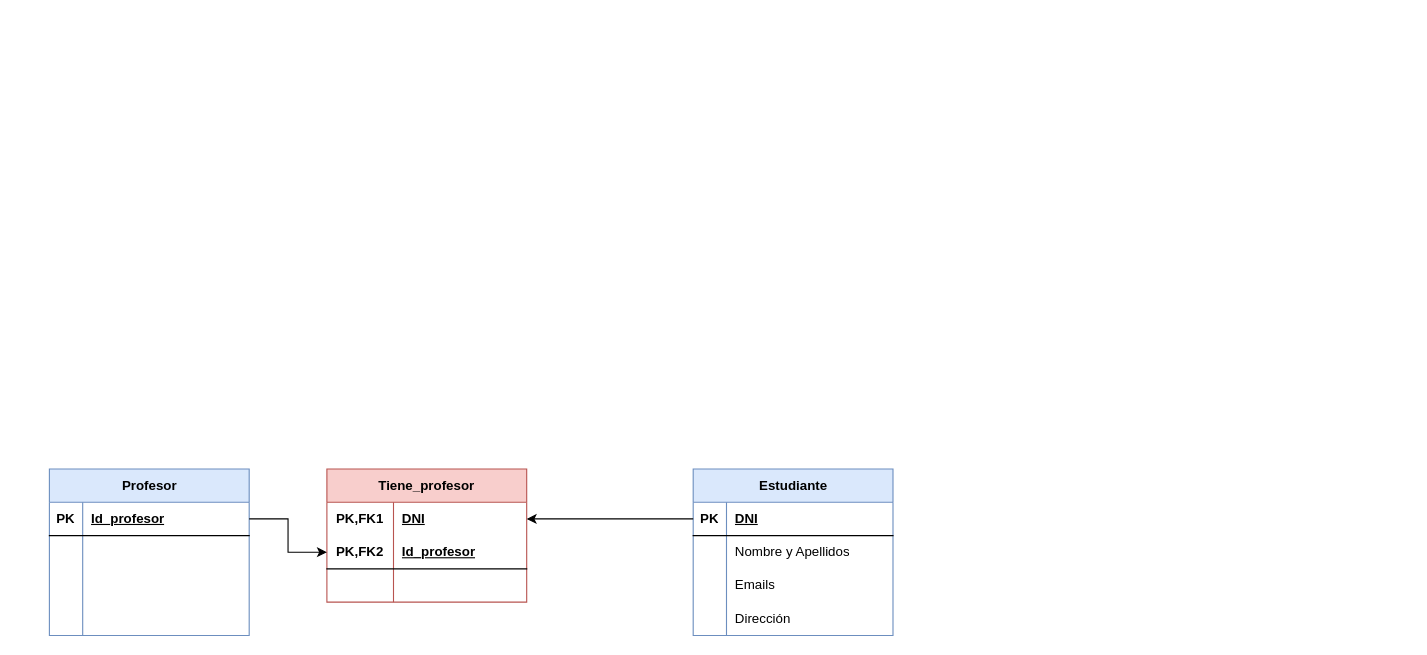
Above: Unidad-1/modelo_relacional.drawio in jdrguez/2-Daw (draw.io), before the change. Source tidied: cells renumbered, new cells numbered last; positions are measured from the earlier drawing's top-left corner, leaving out a move shared by most shapes. Both pictures are drawn from the tidied source at 111%, with x=0, y=0 at pixel (49, 468).
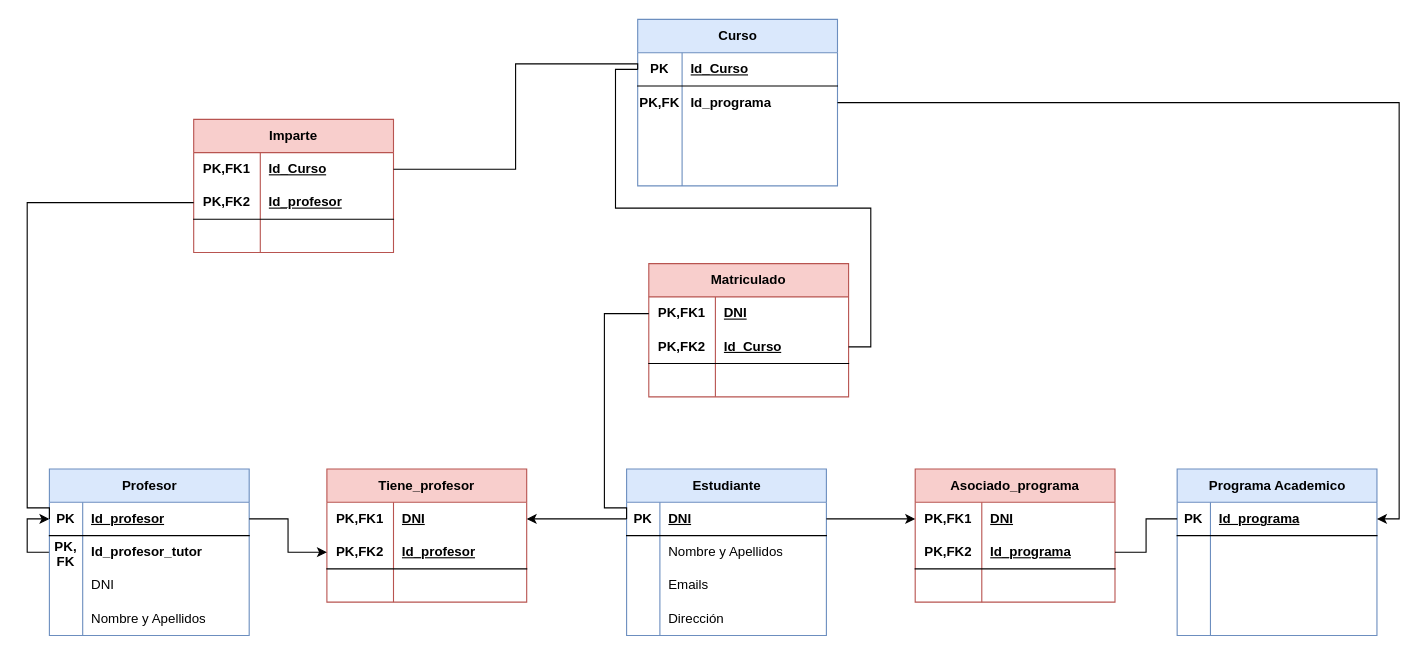
After the change.

Unchanged cells that the change refers to:
```xml
<mxCell id="3" style="shape=tableRow;horizontal=0;startSize=0;swimlaneHead=0;swimlaneBody=0;fillColor=none;points=[[0,0.5],[1,0.5]];portConstraint=eastwest;top=0;left=0;right=0;bottom=1;" parent="2" vertex="1">
  <mxGeometry y="30" width="180" height="30" as="geometry" />
</mxCell>
<mxCell id="16" style="shape=tableRow;horizontal=0;startSize=0;swimlaneHead=0;swimlaneBody=0;fillColor=none;points=[[0,0.5],[1,0.5]];portConstraint=eastwest;top=0;left=0;right=0;bottom=1;" parent="15" vertex="1">
  <mxGeometry y="30" width="180" height="30" as="geometry" />
</mxCell>
<mxCell id="19" style="shape=tableRow;horizontal=0;startSize=0;swimlaneHead=0;swimlaneBody=0;fillColor=none;points=[[0,0.5],[1,0.5]];portConstraint=eastwest;top=0;left=0;right=0;bottom=0;" parent="15" vertex="1">
  <mxGeometry y="60" width="180" height="30" as="geometry" />
</mxCell>
<mxCell id="22" style="shape=tableRow;horizontal=0;startSize=0;swimlaneHead=0;swimlaneBody=0;fillColor=none;top=0;left=0;right=0;bottom=0;" parent="15" vertex="1">
  <mxGeometry y="90" width="180" height="30" as="geometry" />
</mxCell>
<mxCell id="25" style="shape=tableRow;horizontal=0;startSize=0;swimlaneHead=0;swimlaneBody=0;fillColor=none;top=0;left=0;right=0;bottom=0;" parent="15" vertex="1">
  <mxGeometry y="120" width="180" height="30" as="geometry" />
</mxCell>
```

What changed in the source:
```diff
@@
     <mxCell id="2" value="Estudiante" style="shape=table;startSize=30;childLayout=tableLayout;rowLines=0;fontStyle=1;align=center;html=1;fillColor=#dae8fc;strokeColor=#6c8ebf;" parent="1" vertex="1">
-      <mxGeometry x="580" width="180" height="150" as="geometry" />
+      <mxGeometry x="520" width="180" height="150" as="geometry" />
     </mxCell>
@@
+    <mxCell id="40" style="edgeStyle=orthogonalEdgeStyle;rounded=0;jettySize=auto;html=1;exitX=0;exitY=0.5;exitDx=0;exitDy=0;" parent="1" edge="1" source="19" target="16">
+      <mxGeometry relative="1" as="geometry" />
+    </mxCell>
@@
-    <mxCell id="20" style="shape=partialRectangle;fillColor=none;top=0;left=0;bottom=0;right=0;overflow=hidden;whiteSpace=wrap;html=1;" parent="19" vertex="1">
+    <mxCell id="20" value="&lt;b&gt;PK, FK&lt;/b&gt;" style="shape=partialRectangle;fillColor=none;top=0;left=0;bottom=0;right=0;overflow=hidden;whiteSpace=wrap;html=1;" parent="19" vertex="1">
       <mxGeometry width="30" height="30" as="geometry" />
     </mxCell>
-    <mxCell id="21" style="shape=partialRectangle;fillColor=none;top=0;left=0;bottom=0;right=0;align=left;spacingLeft=6;overflow=hidden;whiteSpace=wrap;html=1;" parent="19" vertex="1">
+    <mxCell id="21" value="&lt;b&gt;Id_profesor_tutor&lt;/b&gt;" style="shape=partialRectangle;fillColor=none;top=0;left=0;bottom=0;right=0;align=left;spacingLeft=6;overflow=hidden;whiteSpace=wrap;html=1;" parent="19" vertex="1">
       <mxGeometry x="30" width="150" height="30" as="geometry" />
     </mxCell>
@@
-    <mxCell id="24" style="shape=partialRectangle;fillColor=none;top=0;left=0;bottom=0;right=0;align=left;spacingLeft=6;overflow=hidden;whiteSpace=wrap;html=1;" parent="22" vertex="1">
+    <mxCell id="24" value="DNI" style="shape=partialRectangle;fillColor=none;top=0;left=0;bottom=0;right=0;align=left;spacingLeft=6;overflow=hidden;whiteSpace=wrap;html=1;" parent="22" vertex="1">
       <mxGeometry x="30" width="150" height="30" as="geometry" />
     </mxCell>
@@
-    <mxCell id="27" style="shape=partialRectangle;fillColor=none;top=0;left=0;bottom=0;right=0;align=left;spacingLeft=6;overflow=hidden;whiteSpace=wrap;html=1;" parent="25" vertex="1">
+    <mxCell id="27" value="Nombre y Apellidos" style="shape=partialRectangle;fillColor=none;top=0;left=0;bottom=0;right=0;align=left;spacingLeft=6;overflow=hidden;whiteSpace=wrap;html=1;" parent="25" vertex="1">
       <mxGeometry x="30" width="150" height="30" as="geometry" />
     </mxCell>
@@
+    <mxCell id="41" value="Programa Academico" style="shape=table;startSize=30;childLayout=tableLayout;rowLines=0;fontStyle=1;align=center;html=1;fillColor=#dae8fc;strokeColor=#6c8ebf;" parent="1" vertex="1">
+      <mxGeometry x="1016" width="180" height="150" as="geometry" />
+    </mxCell>
+    <mxCell id="42" style="shape=tableRow;horizontal=0;startSize=0;swimlaneHead=0;swimlaneBody=0;fillColor=none;points=[[0,0.5],[1,0.5]];portConstraint=eastwest;top=0;left=0;right=0;bottom=1;" parent="41" vertex="1">
+      <mxGeometry y="30" width="180" height="30" as="geometry" />
+    </mxCell>
+    <mxCell id="43" value="PK" style="shape=partialRectangle;fillColor=none;top=0;left=0;bottom=0;right=0;fontStyle=1;overflow=hidden;whiteSpace=wrap;html=1;" parent="42" vertex="1">
+      <mxGeometry width="30" height="30" as="geometry" />
+    </mxCell>
+    <mxCell id="44" value="Id_programa" style="shape=partialRectangle;fillColor=none;top=0;left=0;bottom=0;right=0;align=left;spacingLeft=6;fontStyle=5;overflow=hidden;whiteSpace=wrap;html=1;" parent="42" vertex="1">
+      <mxGeometry x="30" width="150" height="30" as="geometry" />
+    </mxCell>
+    <mxCell id="45" style="shape=tableRow;horizontal=0;startSize=0;swimlaneHead=0;swimlaneBody=0;fillColor=none;top=0;left=0;right=0;bottom=0;" parent="41" vertex="1">
+      <mxGeometry y="60" width="180" height="30" as="geometry" />
+    </mxCell>
+    <mxCell id="46" style="shape=partialRectangle;fillColor=none;top=0;left=0;bottom=0;right=0;overflow=hidden;whiteSpace=wrap;html=1;" parent="45" vertex="1">
+      <mxGeometry width="30" height="30" as="geometry" />
+    </mxCell>
+    <mxCell id="47" style="shape=partialRectangle;fillColor=none;top=0;left=0;bottom=0;right=0;align=left;spacingLeft=6;overflow=hidden;whiteSpace=wrap;html=1;" parent="45" vertex="1">
+      <mxGeometry x="30" width="150" height="30" as="geometry" />
+    </mxCell>
+    <mxCell id="48" style="shape=tableRow;horizontal=0;startSize=0;swimlaneHead=0;swimlaneBody=0;fillColor=none;top=0;left=0;right=0;bottom=0;" parent="41" vertex="1">
+      <mxGeometry y="90" width="180" height="30" as="geometry" />
+    </mxCell>
+    <mxCell id="49" style="shape=partialRectangle;fillColor=none;top=0;left=0;bottom=0;right=0;overflow=hidden;whiteSpace=wrap;html=1;" parent="48" vertex="1">
+      <mxGeometry width="30" height="30" as="geometry" />
+    </mxCell>
+    <mxCell id="50" style="shape=partialRectangle;fillColor=none;top=0;left=0;bottom=0;right=0;align=left;spacingLeft=6;overflow=hidden;whiteSpace=wrap;html=1;" parent="48" vertex="1">
+      <mxGeometry x="30" width="150" height="30" as="geometry" />
+    </mxCell>
+    <mxCell id="51" style="shape=tableRow;horizontal=0;startSize=0;swimlaneHead=0;swimlaneBody=0;fillColor=none;top=0;left=0;right=0;bottom=0;" parent="41" vertex="1">
+      <mxGeometry y="120" width="180" height="30" as="geometry" />
+    </mxCell>
+    <mxCell id="52" style="shape=partialRectangle;fillColor=none;top=0;left=0;bottom=0;right=0;overflow=hidden;whiteSpace=wrap;html=1;" parent="51" vertex="1">
+      <mxGeometry width="30" height="30" as="geometry" />
+    </mxCell>
+    <mxCell id="53" style="shape=partialRectangle;fillColor=none;top=0;left=0;bottom=0;right=0;align=left;spacingLeft=6;overflow=hidden;whiteSpace=wrap;html=1;" parent="51" vertex="1">
+      <mxGeometry x="30" width="150" height="30" as="geometry" />
+    </mxCell>
+    <mxCell id="54" value="Asociado_programa" style="shape=table;startSize=30;childLayout=tableLayout;rowLines=0;fontStyle=1;align=center;html=1;whiteSpace=wrap;fillColor=#f8cecc;strokeColor=#b85450;" parent="1" vertex="1">
+      <mxGeometry x="780" width="180" height="120" as="geometry" />
+    </mxCell>
+    <mxCell id="55" style="shape=tableRow;horizontal=0;startSize=0;swimlaneHead=0;swimlaneBody=0;fillColor=none;points=[[0,0.5],[1,0.5]];portConstraint=eastwest;top=0;left=0;right=0;bottom=0;html=1;" parent="54" vertex="1">
+      <mxGeometry y="30" width="180" height="30" as="geometry" />
+    </mxCell>
+    <mxCell id="56" value="PK,FK1" style="shape=partialRectangle;fillColor=none;top=0;left=0;bottom=0;right=0;fontStyle=1;overflow=hidden;html=1;whiteSpace=wrap;" parent="55" vertex="1">
+      <mxGeometry width="60" height="30" as="geometry" />
+    </mxCell>
+    <mxCell id="57" value="DNI" style="shape=partialRectangle;fillColor=none;top=0;left=0;bottom=0;right=0;align=left;spacingLeft=6;fontStyle=5;overflow=hidden;html=1;whiteSpace=wrap;" parent="55" vertex="1">
+      <mxGeometry x="60" width="120" height="30" as="geometry" />
+    </mxCell>
+    <mxCell id="58" style="shape=tableRow;horizontal=0;startSize=0;swimlaneHead=0;swimlaneBody=0;fillColor=none;points=[[0,0.5],[1,0.5]];portConstraint=eastwest;top=0;left=0;right=0;bottom=1;html=1;" parent="54" vertex="1">
+      <mxGeometry y="60" width="180" height="30" as="geometry" />
+    </mxCell>
+    <mxCell id="59" value="PK,FK2" style="shape=partialRectangle;fillColor=none;top=0;left=0;bottom=0;right=0;fontStyle=1;overflow=hidden;html=1;whiteSpace=wrap;" parent="58" vertex="1">
+      <mxGeometry width="60" height="30" as="geometry" />
+    </mxCell>
+    <mxCell id="60" value="Id_programa" style="shape=partialRectangle;fillColor=none;top=0;left=0;bottom=0;right=0;align=left;spacingLeft=6;fontStyle=5;overflow=hidden;html=1;whiteSpace=wrap;" parent="58" vertex="1">
+      <mxGeometry x="60" width="120" height="30" as="geometry" />
+    </mxCell>
+    <mxCell id="61" style="shape=tableRow;horizontal=0;startSize=0;swimlaneHead=0;swimlaneBody=0;fillColor=none;top=0;left=0;right=0;bottom=0;html=1;" parent="54" vertex="1">
+      <mxGeometry y="90" width="180" height="30" as="geometry" />
+    </mxCell>
+    <mxCell id="62" style="shape=partialRectangle;fillColor=none;top=0;left=0;bottom=0;right=0;overflow=hidden;html=1;whiteSpace=wrap;" parent="61" vertex="1">
+      <mxGeometry width="60" height="30" as="geometry" />
+    </mxCell>
+    <mxCell id="63" style="shape=partialRectangle;fillColor=none;top=0;left=0;bottom=0;right=0;align=left;spacingLeft=6;overflow=hidden;html=1;whiteSpace=wrap;" parent="61" vertex="1">
+      <mxGeometry x="60" width="120" height="30" as="geometry" />
+    </mxCell>
+    <mxCell id="64" style="edgeStyle=orthogonalEdgeStyle;rounded=0;jettySize=auto;html=1;exitX=1;exitY=0.5;exitDx=0;exitDy=0;entryX=0;entryY=0.5;entryDx=0;entryDy=0;endArrow=none;endFill=0;" parent="1" edge="1" source="58" target="42">
+      <mxGeometry relative="1" as="geometry" />
+    </mxCell>
+    <mxCell id="65" style="edgeStyle=orthogonalEdgeStyle;rounded=0;jettySize=auto;html=1;exitX=1;exitY=0.5;exitDx=0;exitDy=0;entryX=0;entryY=0.5;entryDx=0;entryDy=0;" parent="1" edge="1" source="3" target="55">
+      <mxGeometry relative="1" as="geometry" />
+    </mxCell>
+    <mxCell id="66" value="Curso" style="shape=table;startSize=30;childLayout=tableLayout;rowLines=0;fontStyle=1;align=center;html=1;fillColor=#dae8fc;strokeColor=#6c8ebf;" parent="1" vertex="1">
+      <mxGeometry x="530" y="-405" width="180" height="150" as="geometry" />
+    </mxCell>
+    <mxCell id="67" style="shape=tableRow;horizontal=0;startSize=0;swimlaneHead=0;swimlaneBody=0;fillColor=none;points=[[0,0.5],[1,0.5]];portConstraint=eastwest;top=0;left=0;right=0;bottom=1;" parent="66" vertex="1">
+      <mxGeometry y="30" width="180" height="30" as="geometry" />
+    </mxCell>
+    <mxCell id="68" value="PK" style="shape=partialRectangle;fillColor=none;top=0;left=0;bottom=0;right=0;fontStyle=1;overflow=hidden;whiteSpace=wrap;html=1;" parent="67" vertex="1">
+      <mxGeometry width="40" height="30" as="geometry" />
+    </mxCell>
+    <mxCell id="69" value="Id_Curso" style="shape=partialRectangle;fillColor=none;top=0;left=0;bottom=0;right=0;align=left;spacingLeft=6;fontStyle=5;overflow=hidden;whiteSpace=wrap;html=1;" parent="67" vertex="1">
+      <mxGeometry x="40" width="140" height="30" as="geometry" />
+    </mxCell>
+    <mxCell id="70" style="shape=tableRow;horizontal=0;startSize=0;swimlaneHead=0;swimlaneBody=0;fillColor=none;points=[[0,0.5],[1,0.5]];portConstraint=eastwest;top=0;left=0;right=0;bottom=0;" parent="66" vertex="1">
+      <mxGeometry y="60" width="180" height="30" as="geometry" />
+    </mxCell>
+    <mxCell id="71" value="&lt;b&gt;PK,FK&lt;/b&gt;" style="shape=partialRectangle;fillColor=none;top=0;left=0;bottom=0;right=0;overflow=hidden;whiteSpace=wrap;html=1;" parent="70" vertex="1">
+      <mxGeometry width="40" height="30" as="geometry" />
+    </mxCell>
+    <mxCell id="72" value="&lt;b&gt;Id_programa&lt;/b&gt;" style="shape=partialRectangle;fillColor=none;top=0;left=0;bottom=0;right=0;align=left;spacingLeft=6;overflow=hidden;whiteSpace=wrap;html=1;" parent="70" vertex="1">
+      <mxGeometry x="40" width="140" height="30" as="geometry" />
+    </mxCell>
+    <mxCell id="73" style="shape=tableRow;horizontal=0;startSize=0;swimlaneHead=0;swimlaneBody=0;fillColor=none;top=0;left=0;right=0;bottom=0;" parent="66" vertex="1">
+      <mxGeometry y="90" width="180" height="30" as="geometry" />
+    </mxCell>
+    <mxCell id="74" style="shape=partialRectangle;fillColor=none;top=0;left=0;bottom=0;right=0;overflow=hidden;whiteSpace=wrap;html=1;" parent="73" vertex="1">
+      <mxGeometry width="40" height="30" as="geometry" />
+    </mxCell>
+    <mxCell id="75" style="shape=partialRectangle;fillColor=none;top=0;left=0;bottom=0;right=0;align=left;spacingLeft=6;overflow=hidden;whiteSpace=wrap;html=1;" parent="73" vertex="1">
+      <mxGeometry x="40" width="140" height="30" as="geometry" />
+    </mxCell>
+    <mxCell id="76" style="shape=tableRow;horizontal=0;startSize=0;swimlaneHead=0;swimlaneBody=0;fillColor=none;top=0;left=0;right=0;bottom=0;" parent="66" vertex="1">
+      <mxGeometry y="120" width="180" height="30" as="geometry" />
+    </mxCell>
+    <mxCell id="77" style="shape=partialRectangle;fillColor=none;top=0;left=0;bottom=0;right=0;overflow=hidden;whiteSpace=wrap;html=1;" parent="76" vertex="1">
+      <mxGeometry width="40" height="30" as="geometry" />
+    </mxCell>
+    <mxCell id="78" style="shape=partialRectangle;fillColor=none;top=0;left=0;bottom=0;right=0;align=left;spacingLeft=6;overflow=hidden;whiteSpace=wrap;html=1;" parent="76" vertex="1">
+      <mxGeometry x="40" width="140" height="30" as="geometry" />
+    </mxCell>
+    <mxCell id="79" value="Matriculado" style="shape=table;startSize=30;childLayout=tableLayout;rowLines=0;fontStyle=1;align=center;html=1;whiteSpace=wrap;fillColor=#f8cecc;strokeColor=#b85450;" parent="1" vertex="1">
+      <mxGeometry x="540" y="-185" width="180" height="120" as="geometry" />
+    </mxCell>
+    <mxCell id="80" style="shape=tableRow;horizontal=0;startSize=0;swimlaneHead=0;swimlaneBody=0;fillColor=none;points=[[0,0.5],[1,0.5]];portConstraint=eastwest;top=0;left=0;right=0;bottom=0;html=1;" parent="79" vertex="1">
+      <mxGeometry y="30" width="180" height="30" as="geometry" />
+    </mxCell>
+    <mxCell id="81" value="PK,FK1" style="shape=partialRectangle;fillColor=none;top=0;left=0;bottom=0;right=0;fontStyle=1;overflow=hidden;html=1;whiteSpace=wrap;" parent="80" vertex="1">
+      <mxGeometry width="60" height="30" as="geometry" />
+    </mxCell>
+    <mxCell id="82" value="DNI" style="shape=partialRectangle;fillColor=none;top=0;left=0;bottom=0;right=0;align=left;spacingLeft=6;fontStyle=5;overflow=hidden;html=1;whiteSpace=wrap;" parent="80" vertex="1">
+      <mxGeometry x="60" width="120" height="30" as="geometry" />
+    </mxCell>
+    <mxCell id="83" style="shape=tableRow;horizontal=0;startSize=0;swimlaneHead=0;swimlaneBody=0;fillColor=none;points=[[0,0.5],[1,0.5]];portConstraint=eastwest;top=0;left=0;right=0;bottom=1;html=1;" parent="79" vertex="1">
+      <mxGeometry y="60" width="180" height="30" as="geometry" />
+    </mxCell>
+    <mxCell id="84" value="PK,FK2" style="shape=partialRectangle;fillColor=none;top=0;left=0;bottom=0;right=0;fontStyle=1;overflow=hidden;html=1;whiteSpace=wrap;" parent="83" vertex="1">
+      <mxGeometry width="60" height="30" as="geometry" />
+    </mxCell>
+    <mxCell id="85" value="Id_Curso" style="shape=partialRectangle;fillColor=none;top=0;left=0;bottom=0;right=0;align=left;spacingLeft=6;fontStyle=5;overflow=hidden;html=1;whiteSpace=wrap;" parent="83" vertex="1">
+      <mxGeometry x="60" width="120" height="30" as="geometry" />
+    </mxCell>
+    <mxCell id="86" style="shape=tableRow;horizontal=0;startSize=0;swimlaneHead=0;swimlaneBody=0;fillColor=none;top=0;left=0;right=0;bottom=0;html=1;" parent="79" vertex="1">
+      <mxGeometry y="90" width="180" height="30" as="geometry" />
+    </mxCell>
+    <mxCell id="87" style="shape=partialRectangle;fillColor=none;top=0;left=0;bottom=0;right=0;overflow=hidden;html=1;whiteSpace=wrap;" parent="86" vertex="1">
+      <mxGeometry width="60" height="30" as="geometry" />
+    </mxCell>
+    <mxCell id="88" style="shape=partialRectangle;fillColor=none;top=0;left=0;bottom=0;right=0;align=left;spacingLeft=6;overflow=hidden;html=1;whiteSpace=wrap;" parent="86" vertex="1">
+      <mxGeometry x="60" width="120" height="30" as="geometry" />
+    </mxCell>
+    <mxCell id="89" style="edgeStyle=orthogonalEdgeStyle;rounded=0;jettySize=auto;html=1;exitX=1;exitY=0.5;exitDx=0;exitDy=0;entryX=0;entryY=0.5;entryDx=0;entryDy=0;endArrow=none;endFill=0;" parent="1" edge="1" source="83" target="67">
+      <mxGeometry relative="1" as="geometry" />
+    </mxCell>
+    <mxCell id="90" style="edgeStyle=orthogonalEdgeStyle;rounded=0;jettySize=auto;html=1;exitX=0;exitY=0.5;exitDx=0;exitDy=0;entryX=0;entryY=0.5;entryDx=0;entryDy=0;endArrow=none;endFill=0;" parent="1" edge="1" source="80" target="3">
+      <mxGeometry relative="1" as="geometry">
+        <Array as="points">
+          <mxPoint x="500" y="-140" />
+          <mxPoint x="500" y="35" />
+          <mxPoint x="520" y="35" />
+        </Array>
+      </mxGeometry>
+    </mxCell>
+    <mxCell id="91" style="edgeStyle=orthogonalEdgeStyle;rounded=0;jettySize=auto;html=1;exitX=1;exitY=0.5;exitDx=0;exitDy=0;entryX=1;entryY=0.5;entryDx=0;entryDy=0;" parent="1" edge="1" source="70" target="42">
+      <mxGeometry relative="1" as="geometry" />
+    </mxCell>
+    <mxCell id="92" value="Imparte" style="shape=table;startSize=30;childLayout=tableLayout;rowLines=0;fontStyle=1;align=center;html=1;whiteSpace=wrap;fillColor=#f8cecc;strokeColor=#b85450;" parent="1" vertex="1">
+      <mxGeometry x="130" y="-315" width="180" height="120" as="geometry" />
+    </mxCell>
+    <mxCell id="93" style="shape=tableRow;horizontal=0;startSize=0;swimlaneHead=0;swimlaneBody=0;fillColor=none;points=[[0,0.5],[1,0.5]];portConstraint=eastwest;top=0;left=0;right=0;bottom=0;html=1;" parent="92" vertex="1">
+      <mxGeometry y="30" width="180" height="30" as="geometry" />
+    </mxCell>
+    <mxCell id="94" value="PK,FK1" style="shape=partialRectangle;fillColor=none;top=0;left=0;bottom=0;right=0;fontStyle=1;overflow=hidden;html=1;whiteSpace=wrap;" parent="93" vertex="1">
+      <mxGeometry width="60" height="30" as="geometry" />
+    </mxCell>
+    <mxCell id="95" value="Id_Curso" style="shape=partialRectangle;fillColor=none;top=0;left=0;bottom=0;right=0;align=left;spacingLeft=6;fontStyle=5;overflow=hidden;html=1;whiteSpace=wrap;" parent="93" vertex="1">
+      <mxGeometry x="60" width="120" height="30" as="geometry" />
+    </mxCell>
+    <mxCell id="96" style="shape=tableRow;horizontal=0;startSize=0;swimlaneHead=0;swimlaneBody=0;fillColor=none;points=[[0,0.5],[1,0.5]];portConstraint=eastwest;top=0;left=0;right=0;bottom=1;html=1;" parent="92" vertex="1">
+      <mxGeometry y="60" width="180" height="30" as="geometry" />
+    </mxCell>
+    <mxCell id="97" value="PK,FK2" style="shape=partialRectangle;fillColor=none;top=0;left=0;bottom=0;right=0;fontStyle=1;overflow=hidden;html=1;whiteSpace=wrap;" parent="96" vertex="1">
+      <mxGeometry width="60" height="30" as="geometry" />
+    </mxCell>
+    <mxCell id="98" value="Id_profesor" style="shape=partialRectangle;fillColor=none;top=0;left=0;bottom=0;right=0;align=left;spacingLeft=6;fontStyle=5;overflow=hidden;html=1;whiteSpace=wrap;" parent="96" vertex="1">
+      <mxGeometry x="60" width="120" height="30" as="geometry" />
+    </mxCell>
+    <mxCell id="99" style="shape=tableRow;horizontal=0;startSize=0;swimlaneHead=0;swimlaneBody=0;fillColor=none;top=0;left=0;right=0;bottom=0;html=1;" parent="92" vertex="1">
+      <mxGeometry y="90" width="180" height="30" as="geometry" />
+    </mxCell>
+    <mxCell id="100" style="shape=partialRectangle;fillColor=none;top=0;left=0;bottom=0;right=0;overflow=hidden;html=1;whiteSpace=wrap;" parent="99" vertex="1">
+      <mxGeometry width="60" height="30" as="geometry" />
+    </mxCell>
+    <mxCell id="101" style="shape=partialRectangle;fillColor=none;top=0;left=0;bottom=0;right=0;align=left;spacingLeft=6;overflow=hidden;html=1;whiteSpace=wrap;" parent="99" vertex="1">
+      <mxGeometry x="60" width="120" height="30" as="geometry" />
+    </mxCell>
+    <mxCell id="102" style="edgeStyle=orthogonalEdgeStyle;rounded=0;jettySize=auto;html=1;exitX=0;exitY=0.5;exitDx=0;exitDy=0;entryX=0;entryY=0.5;entryDx=0;entryDy=0;endArrow=none;endFill=0;" parent="1" edge="1" source="16" target="96">
+      <mxGeometry relative="1" as="geometry">
+        <Array as="points">
+          <mxPoint y="35" />
+          <mxPoint x="-20" y="35" />
+          <mxPoint x="-20" y="-240" />
+        </Array>
+      </mxGeometry>
+    </mxCell>
+    <mxCell id="103" style="edgeStyle=orthogonalEdgeStyle;rounded=0;jettySize=auto;html=1;exitX=1;exitY=0.5;exitDx=0;exitDy=0;entryX=0;entryY=0.5;entryDx=0;entryDy=0;endArrow=none;endFill=0;" parent="1" edge="1" source="93" target="67">
+      <mxGeometry relative="1" as="geometry">
+        <Array as="points">
+          <mxPoint x="420" y="-270" />
+          <mxPoint x="420" y="-365" />
+          <mxPoint x="530" y="-365" />
+        </Array>
+      </mxGeometry>
+    </mxCell>
```
